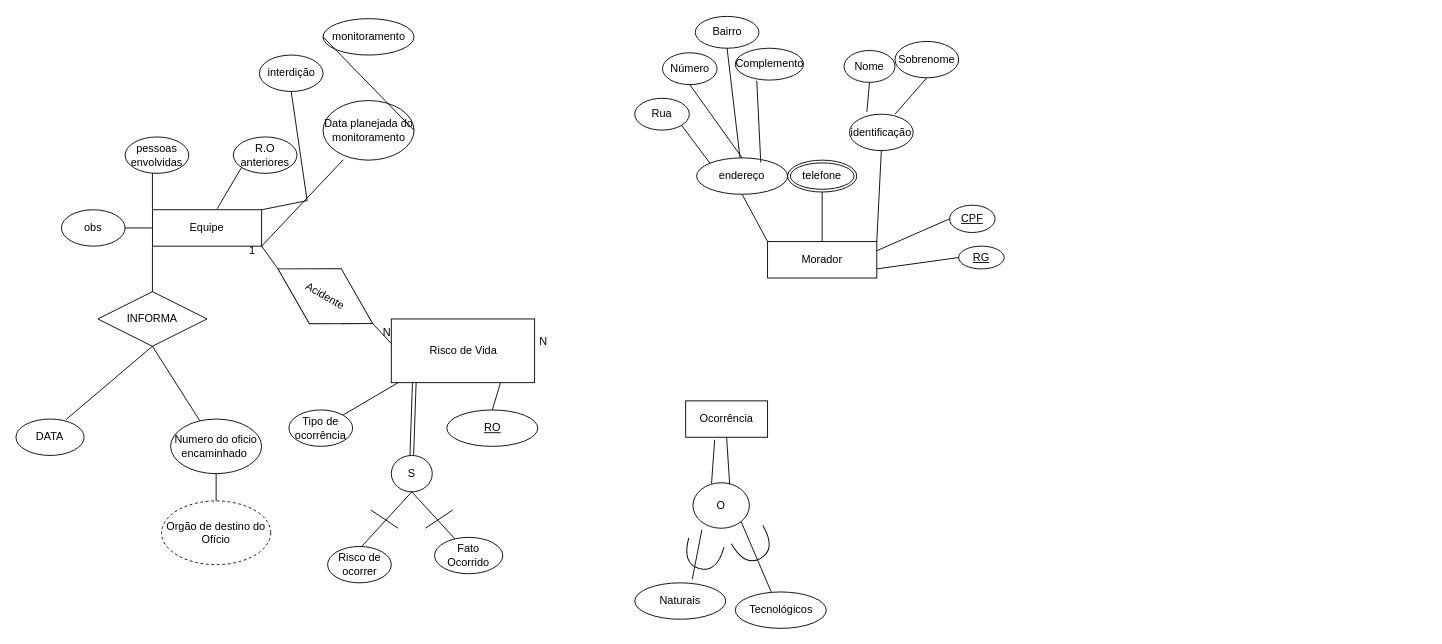
imreadyrod/ProjetoBancosDeDados keeps this draw.io diagram as DiagramaER/DiagramaER.drawio. Above is the earlier version. Source tidied: cells renumbered, new cells numbered last; positions are measured from the earlier drawing's top-left corner, leaving out a move shared by most shapes. Both pictures are drawn from the tidied source at 91%, with x=0, y=0 at pixel (15, 16).
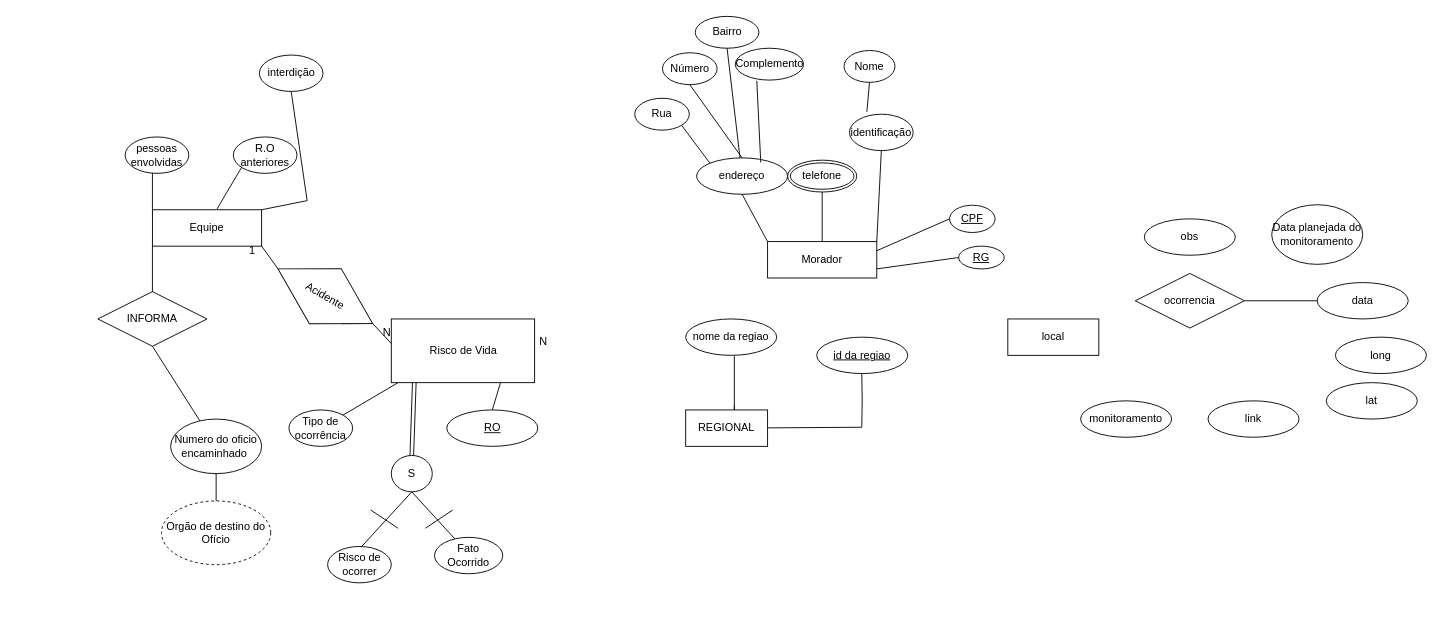
After the change.

The change refers to these unchanged cells:
```xml
<mxCell id="2" value="Equipe" style="rounded=0;whiteSpace=wrap;html=1;" parent="1" vertex="1">
  <mxGeometry x="150" y="212" width="120" height="40" as="geometry" />
</mxCell>
<mxCell id="18" value="identificação" style="ellipse;whiteSpace=wrap;html=1;" parent="1" vertex="1">
  <mxGeometry x="916" y="107" width="70" height="40" as="geometry" />
</mxCell>
<mxCell id="33" value="INFORMA" style="shape=rhombus;perimeter=rhombusPerimeter;whiteSpace=wrap;html=1;align=center;" parent="1" vertex="1">
  <mxGeometry x="90" y="302" width="120" height="60" as="geometry" />
</mxCell>
```

Diff of the diagram source:
```diff
@@
-    <mxCell id="10" style="endArrow=none;html=1;rounded=0;exitX=0;exitY=0.5;exitDx=0;exitDy=0;" parent="1" edge="1" source="2">
-      <mxGeometry relative="1" as="geometry">
-        <mxPoint x="110" y="232" as="targetPoint" />
-      </mxGeometry>
-    </mxCell>
-    <mxCell id="11" value="obs" style="ellipse;whiteSpace=wrap;html=1;" parent="1" vertex="1">
-      <mxGeometry x="50" y="212" width="70" height="40" as="geometry" />
-    </mxCell>
-    <mxCell id="12" value="DATA" style="ellipse;whiteSpace=wrap;html=1;" parent="1" vertex="1">
-      <mxGeometry y="442" width="75" height="40" as="geometry" />
-    </mxCell>
@@
     <mxCell id="32" value="Data planejada do monitoramento" style="ellipse;whiteSpace=wrap;html=1;" parent="1" vertex="1">
-      <mxGeometry x="337.5" y="92" width="100" height="65.5" as="geometry" />
+      <mxGeometry x="1380" y="206.5" width="100" height="65.5" as="geometry" />
     </mxCell>
@@
-    <mxCell id="34" style="endArrow=none;html=1;rounded=0;exitX=0.5;exitY=1;exitDx=0;exitDy=0;entryX=0.735;entryY=0.012;entryDx=0;entryDy=0;entryPerimeter=0;" parent="1" edge="1" source="33" target="12">
-      <mxGeometry relative="1" as="geometry" />
-    </mxCell>
@@
-    <mxCell id="38" style="endArrow=none;html=1;rounded=0;exitX=1;exitY=1;exitDx=0;exitDy=0;entryX=0.222;entryY=0.993;entryDx=0;entryDy=0;entryPerimeter=0;" parent="1" edge="1" source="2" target="32">
-      <mxGeometry relative="1" as="geometry" />
-    </mxCell>
     <mxCell id="39" value="monitoramento" style="ellipse;whiteSpace=wrap;html=1;align=center;" parent="1" vertex="1">
-      <mxGeometry x="337.5" y="2" width="100" height="40" as="geometry" />
+      <mxGeometry x="1170" y="422" width="100" height="40" as="geometry" />
     </mxCell>
@@
-    <mxCell id="45" style="endArrow=none;html=1;rounded=0;entryX=1;entryY=0.5;entryDx=0;entryDy=0;exitX=0;exitY=0.5;exitDx=0;exitDy=0;" parent="1" edge="1" source="39" target="32">
-      <mxGeometry relative="1" as="geometry" />
-    </mxCell>
@@
-    <mxCell id="62" value="Sobrenome" style="ellipse;whiteSpace=wrap;html=1;" parent="1" vertex="1">
-      <mxGeometry x="966" y="27" width="70" height="40" as="geometry" />
-    </mxCell>
-    <mxCell id="63" style="endArrow=none;html=1;rounded=0;entryX=0.714;entryY=0;entryDx=0;entryDy=0;entryPerimeter=0;exitX=0.5;exitY=1;exitDx=0;exitDy=0;" parent="1" edge="1" source="62" target="18">
-      <mxGeometry relative="1" as="geometry" />
-    </mxCell>
@@
-    <mxCell id="67" value="Ocorrência" style="whiteSpace=wrap;html=1;align=center;" parent="1" vertex="1">
-      <mxGeometry x="736" y="422" width="90" height="40" as="geometry" />
+    <mxCell id="67" value="REGIONAL" style="whiteSpace=wrap;html=1;align=center;" parent="1" vertex="1">
+      <mxGeometry x="736" y="432" width="90" height="40" as="geometry" />
     </mxCell>
-    <mxCell id="68" style="endArrow=none;html=1;rounded=0;entryX=0.5;entryY=1;entryDx=0;entryDy=0;exitX=0.652;exitY=0.066;exitDx=0;exitDy=0;exitPerimeter=0;" parent="1" edge="1" source="70" target="67">
-      <mxGeometry relative="1" as="geometry" />
-    </mxCell>
-    <mxCell id="69" style="endArrow=none;html=1;rounded=0;exitX=0.354;exitY=1.068;exitDx=0;exitDy=0;exitPerimeter=0;entryX=0.329;entryY=0.019;entryDx=0;entryDy=0;entryPerimeter=0;" parent="1" edge="1" source="67" target="70">
-      <mxGeometry relative="1" as="geometry" />
-    </mxCell>
-    <mxCell id="70" value="O" style="ellipse;whiteSpace=wrap;html=1;align=center;" parent="1" vertex="1">
-      <mxGeometry x="744" y="512" width="62" height="50" as="geometry" />
-    </mxCell>
-    <mxCell id="71" style="endArrow=none;html=1;rounded=0;entryX=0.158;entryY=1.031;entryDx=0;entryDy=0;entryPerimeter=0;exitX=0.632;exitY=-0.094;exitDx=0;exitDy=0;exitPerimeter=0;" parent="1" edge="1" source="73" target="70">
-      <mxGeometry relative="1" as="geometry" />
-    </mxCell>
-    <mxCell id="72" style="endArrow=none;html=1;rounded=0;entryX=1;entryY=1;entryDx=0;entryDy=0;exitX=0.395;exitY=0;exitDx=0;exitDy=0;exitPerimeter=0;" parent="1" edge="1" source="74" target="70">
-      <mxGeometry relative="1" as="geometry" />
-    </mxCell>
-    <mxCell id="73" value="Naturais" style="ellipse;whiteSpace=wrap;html=1;align=center;" parent="1" vertex="1">
-      <mxGeometry x="680" y="622" width="100" height="40" as="geometry" />
-    </mxCell>
-    <mxCell id="74" value="Tecnológicos" style="ellipse;whiteSpace=wrap;html=1;align=center;" parent="1" vertex="1">
-      <mxGeometry x="790.5" y="632" width="100" height="40" as="geometry" />
-    </mxCell>
-    <mxCell id="75" style="shape=requiredInterface;html=1;verticalLabelPosition=bottom;sketch=0;rotation=105;" parent="1" vertex="1">
-      <mxGeometry x="740" y="572" width="29.7" height="40" as="geometry" />
-    </mxCell>
-    <mxCell id="76" style="shape=requiredInterface;html=1;verticalLabelPosition=bottom;sketch=0;rotation=60;" parent="1" vertex="1">
-      <mxGeometry x="796" y="562" width="30" height="40" as="geometry" />
-    </mxCell>
+    <mxCell id="77" value="nome da regiao" style="ellipse;whiteSpace=wrap;html=1;align=center;" parent="1" vertex="1">
+      <mxGeometry x="736" y="332" width="100" height="40" as="geometry" />
+    </mxCell>
+    <mxCell id="78" style="endArrow=none;html=1;rounded=0;exitX=0.5;exitY=0;exitDx=0;exitDy=0;entryX=0.5;entryY=1;entryDx=0;entryDy=0;" parent="1" edge="1">
+      <mxGeometry relative="1" as="geometry">
+        <mxPoint x="789.5" y="427" as="sourcePoint" />
+        <mxPoint x="789.5" y="373" as="targetPoint" />
+        <Array as="points">
+          <mxPoint x="789.5" y="432" />
+        </Array>
+      </mxGeometry>
+    </mxCell>
+    <mxCell id="79" value="&lt;u&gt;id da regiao&lt;/u&gt;" style="ellipse;whiteSpace=wrap;html=1;align=center;" parent="1" vertex="1">
+      <mxGeometry x="880" y="352" width="100" height="40" as="geometry" />
+    </mxCell>
+    <mxCell id="80" style="endArrow=none;html=1;rounded=0;entryX=0.5;entryY=1;entryDx=0;entryDy=0;" parent="1" edge="1" source="67">
+      <mxGeometry relative="1" as="geometry">
+        <mxPoint x="929.5" y="392" as="targetPoint" />
+        <Array as="points">
+          <mxPoint x="929.5" y="451" />
+          <mxPoint x="930" y="421" />
+        </Array>
+      </mxGeometry>
+    </mxCell>
+    <mxCell id="81" value="ocorrencia" style="shape=rhombus;perimeter=rhombusPerimeter;whiteSpace=wrap;html=1;align=center;" parent="1" vertex="1">
+      <mxGeometry x="1230" y="282" width="120" height="60" as="geometry" />
+    </mxCell>
+    <mxCell id="11" value="obs" style="ellipse;whiteSpace=wrap;html=1;align=center;" parent="1" vertex="1">
+      <mxGeometry x="1240" y="222" width="100" height="40" as="geometry" />
+    </mxCell>
+    <mxCell id="82" value="data" style="ellipse;whiteSpace=wrap;html=1;align=center;" parent="1" vertex="1">
+      <mxGeometry x="1430" y="292" width="100" height="40" as="geometry" />
+    </mxCell>
+    <mxCell id="83" value="long" style="ellipse;whiteSpace=wrap;html=1;align=center;" parent="1" vertex="1">
+      <mxGeometry x="1450" y="352" width="100" height="40" as="geometry" />
+    </mxCell>
+    <mxCell id="84" value="lat" style="ellipse;whiteSpace=wrap;html=1;align=center;" parent="1" vertex="1">
+      <mxGeometry x="1440" y="402" width="100" height="40" as="geometry" />
+    </mxCell>
+    <mxCell id="85" value="link" style="ellipse;whiteSpace=wrap;html=1;align=center;" parent="1" vertex="1">
+      <mxGeometry x="1310" y="422" width="100" height="40" as="geometry" />
+    </mxCell>
+    <mxCell id="86" value="local" style="whiteSpace=wrap;html=1;align=center;" parent="1" vertex="1">
+      <mxGeometry x="1090" y="332" width="100" height="40" as="geometry" />
+    </mxCell>
+    <mxCell id="87" style="endArrow=none;html=1;rounded=0;entryX=0;entryY=0.5;entryDx=0;entryDy=0;" parent="1" edge="1" target="82">
+      <mxGeometry relative="1" as="geometry">
+        <mxPoint x="1350" y="312" as="sourcePoint" />
+      </mxGeometry>
+    </mxCell>
```
